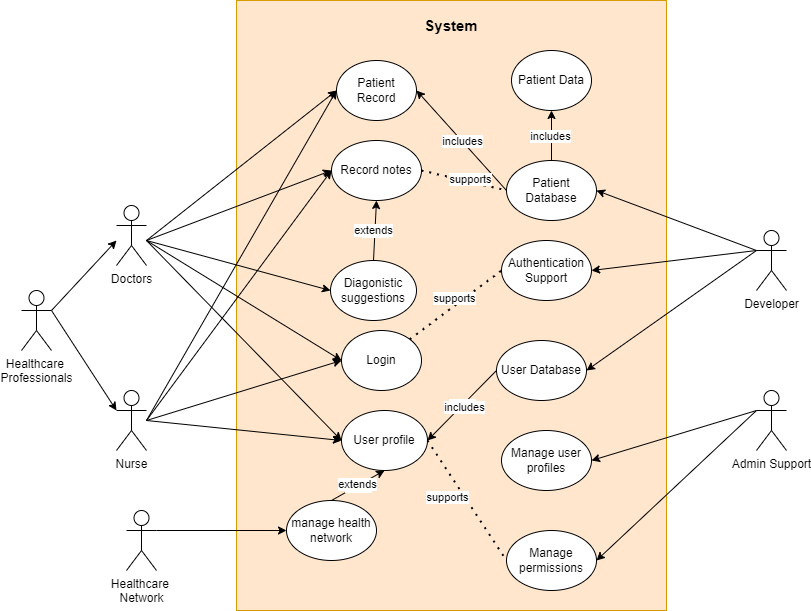
This is docs/SRS/use-case.drawio.png from Inreet-Kaur/capstone, a draw.io export, as it was before one commit. Source tidied: cells renumbered, new cells last; positions are measured from the earlier drawing's top-left corner, leaving out a move shared by most shapes. The source it was exported from:
```xml
<mxGraphModel>
  <root>
    <mxCell id="0" />
    <mxCell id="1" parent="0" />
    <mxCell id="2" value="Healthcare&amp;nbsp;&lt;div&gt;Network&lt;/div&gt;" style="shape=umlActor;verticalLabelPosition=bottom;verticalAlign=top;html=1;outlineConnect=0;" parent="1" vertex="1">
      <mxGeometry x="105" y="510" width="30" height="60" as="geometry" />
    </mxCell>
    <mxCell id="3" value="Healthcare&amp;nbsp;&lt;div&gt;Professionals&lt;/div&gt;" style="shape=umlActor;verticalLabelPosition=bottom;verticalAlign=top;html=1;outlineConnect=0;" parent="1" vertex="1">
      <mxGeometry y="290" width="30" height="60" as="geometry" />
    </mxCell>
    <mxCell id="4" style="endArrow=classic;html=1;rounded=0;exitX=1;exitY=0.3333333333333333;exitDx=0;exitDy=0;exitPerimeter=0;" parent="1" edge="1" source="3">
      <mxGeometry relative="1" as="geometry">
        <mxPoint x="95" y="240" as="targetPoint" />
      </mxGeometry>
    </mxCell>
    <mxCell id="5" value="Doctors" style="shape=umlActor;verticalLabelPosition=bottom;verticalAlign=top;html=1;" parent="1" vertex="1">
      <mxGeometry x="95" y="205" width="30" height="60" as="geometry" />
    </mxCell>
    <mxCell id="6" value="Nurse" style="shape=umlActor;verticalLabelPosition=bottom;verticalAlign=top;html=1;outlineConnect=0;" parent="1" vertex="1">
      <mxGeometry x="95" y="390" width="30" height="60" as="geometry" />
    </mxCell>
    <mxCell id="7" style="endArrow=classic;html=1;rounded=0;exitX=1;exitY=0.3333333333333333;exitDx=0;exitDy=0;exitPerimeter=0;entryX=0;entryY=0.3333333333333333;entryDx=0;entryDy=0;entryPerimeter=0;" parent="1" edge="1" source="3" target="6">
      <mxGeometry relative="1" as="geometry" />
    </mxCell>
    <mxCell id="8" style="rounded=0;whiteSpace=wrap;html=1;fillColor=#ffe6cc;strokeColor=#d79b00;" parent="1" vertex="1">
      <mxGeometry x="215" width="430" height="610" as="geometry" />
    </mxCell>
    <mxCell id="9" value="manage health network" style="ellipse;whiteSpace=wrap;html=1;" parent="1" vertex="1">
      <mxGeometry x="265" y="500" width="90" height="60" as="geometry" />
    </mxCell>
    <mxCell id="10" value="Patient Record" style="ellipse;whiteSpace=wrap;html=1;" parent="1" vertex="1">
      <mxGeometry x="315" y="60" width="80" height="60" as="geometry" />
    </mxCell>
    <mxCell id="11" value="Login" style="ellipse;whiteSpace=wrap;html=1;" parent="1" vertex="1">
      <mxGeometry x="320" y="330" width="80" height="60" as="geometry" />
    </mxCell>
    <mxCell id="12" value="Patient Data" style="ellipse;whiteSpace=wrap;html=1;" parent="1" vertex="1">
      <mxGeometry x="490" y="50" width="80" height="60" as="geometry" />
    </mxCell>
    <mxCell id="13" value="Authentication Support" style="ellipse;whiteSpace=wrap;html=1;" parent="1" vertex="1">
      <mxGeometry x="480" y="240" width="90" height="60" as="geometry" />
    </mxCell>
    <mxCell id="14" value="Record notes" style="ellipse;whiteSpace=wrap;html=1;" parent="1" vertex="1">
      <mxGeometry x="310" y="140" width="90" height="60" as="geometry" />
    </mxCell>
    <mxCell id="15" value="User profile" style="ellipse;whiteSpace=wrap;html=1;" parent="1" vertex="1">
      <mxGeometry x="320" y="410" width="86" height="60" as="geometry" />
    </mxCell>
    <mxCell id="16" value="Diagonistic suggestions" style="ellipse;whiteSpace=wrap;html=1;" parent="1" vertex="1">
      <mxGeometry x="309" y="260" width="86" height="60" as="geometry" />
    </mxCell>
    <mxCell id="17" style="endArrow=classic;html=1;rounded=0;entryX=0;entryY=0.5;entryDx=0;entryDy=0;exitX=1;exitY=0.3333333333333333;exitDx=0;exitDy=0;exitPerimeter=0;" parent="1" edge="1" source="2" target="9">
      <mxGeometry relative="1" as="geometry" />
    </mxCell>
    <mxCell id="18" style="endArrow=classic;html=1;rounded=0;entryX=0;entryY=0.5;entryDx=0;entryDy=0;" parent="1" edge="1" target="10">
      <mxGeometry relative="1" as="geometry">
        <mxPoint x="125" y="240" as="sourcePoint" />
      </mxGeometry>
    </mxCell>
    <mxCell id="19" style="endArrow=classic;html=1;rounded=0;entryX=0;entryY=0.5;entryDx=0;entryDy=0;" parent="1" edge="1" target="11">
      <mxGeometry relative="1" as="geometry">
        <mxPoint x="125" y="240" as="sourcePoint" />
      </mxGeometry>
    </mxCell>
    <mxCell id="20" style="endArrow=classic;html=1;rounded=0;entryX=0;entryY=0.5;entryDx=0;entryDy=0;" parent="1" edge="1" target="14">
      <mxGeometry relative="1" as="geometry">
        <mxPoint x="125" y="240" as="sourcePoint" />
      </mxGeometry>
    </mxCell>
    <mxCell id="21" style="endArrow=classic;html=1;rounded=0;entryX=0;entryY=0.5;entryDx=0;entryDy=0;" parent="1" edge="1" target="16">
      <mxGeometry relative="1" as="geometry">
        <mxPoint x="125" y="240" as="sourcePoint" />
      </mxGeometry>
    </mxCell>
    <mxCell id="22" style="endArrow=classic;html=1;rounded=0;" parent="1" edge="1">
      <mxGeometry relative="1" as="geometry">
        <mxPoint x="125" y="420" as="sourcePoint" />
        <mxPoint x="315" y="90" as="targetPoint" />
      </mxGeometry>
    </mxCell>
    <mxCell id="23" style="endArrow=classic;html=1;rounded=0;entryX=0;entryY=0.5;entryDx=0;entryDy=0;" parent="1" edge="1" target="11">
      <mxGeometry relative="1" as="geometry">
        <mxPoint x="125" y="420" as="sourcePoint" />
      </mxGeometry>
    </mxCell>
    <mxCell id="24" value="&lt;b&gt;&lt;font style=&quot;font-size: 15px;&quot;&gt;System&lt;/font&gt;&lt;/b&gt;" style="text;html=1;align=center;verticalAlign=middle;whiteSpace=wrap;rounded=0;" parent="1" vertex="1">
      <mxGeometry x="400" y="10" width="60" height="30" as="geometry" />
    </mxCell>
    <mxCell id="25" value="Admin Support" style="shape=umlActor;verticalLabelPosition=bottom;verticalAlign=top;html=1;outlineConnect=0;" parent="1" vertex="1">
      <mxGeometry x="735" y="390" width="30" height="60" as="geometry" />
    </mxCell>
    <mxCell id="26" style="endArrow=classic;html=1;rounded=0;entryX=1;entryY=0.5;entryDx=0;entryDy=0;exitX=0;exitY=0.3333333333333333;exitDx=0;exitDy=0;exitPerimeter=0;" parent="1" edge="1" source="28" target="13">
      <mxGeometry relative="1" as="geometry" />
    </mxCell>
    <mxCell id="27" value="Manage user profiles" style="ellipse;whiteSpace=wrap;html=1;" parent="1" vertex="1">
      <mxGeometry x="480" y="430" width="90" height="60" as="geometry" />
    </mxCell>
    <mxCell id="28" value="Developer" style="shape=umlActor;verticalLabelPosition=bottom;verticalAlign=top;html=1;outlineConnect=0;" parent="1" vertex="1">
      <mxGeometry x="735" y="230" width="30" height="60" as="geometry" />
    </mxCell>
    <mxCell id="29" style="endArrow=classic;html=1;rounded=0;entryX=1;entryY=0.5;entryDx=0;entryDy=0;" parent="1" edge="1" target="33">
      <mxGeometry relative="1" as="geometry">
        <mxPoint x="735" y="250" as="sourcePoint" />
      </mxGeometry>
    </mxCell>
    <mxCell id="30" style="endArrow=classic;html=1;rounded=0;entryX=1;entryY=0.5;entryDx=0;entryDy=0;" parent="1" edge="1" target="34">
      <mxGeometry relative="1" as="geometry">
        <mxPoint x="735" y="250" as="sourcePoint" />
      </mxGeometry>
    </mxCell>
    <mxCell id="31" style="endArrow=classic;html=1;rounded=0;entryX=1;entryY=0.5;entryDx=0;entryDy=0;exitX=0;exitY=0.5;exitDx=0;exitDy=0;" parent="1" edge="1" source="34" target="10">
      <mxGeometry relative="1" as="geometry" />
    </mxCell>
    <mxCell id="32" value="includes" style="edgeLabel;html=1;align=center;verticalAlign=middle;" parent="31" vertex="1">
      <mxGeometry relative="1" as="geometry" />
    </mxCell>
    <mxCell id="33" value="User Database" style="ellipse;whiteSpace=wrap;html=1;" parent="1" vertex="1">
      <mxGeometry x="475" y="340" width="90" height="60" as="geometry" />
    </mxCell>
    <mxCell id="34" value="Patient Database" style="ellipse;whiteSpace=wrap;html=1;" parent="1" vertex="1">
      <mxGeometry x="485" y="160" width="90" height="60" as="geometry" />
    </mxCell>
    <mxCell id="35" style="endArrow=classic;html=1;rounded=0;entryX=0.5;entryY=1;entryDx=0;entryDy=0;exitX=0.5;exitY=0;exitDx=0;exitDy=0;" parent="1" edge="1" source="34" target="12">
      <mxGeometry relative="1" as="geometry" />
    </mxCell>
    <mxCell id="36" value="Label" style="edgeLabel;html=1;align=center;verticalAlign=middle;" parent="35" vertex="1">
      <mxGeometry relative="1" as="geometry" />
    </mxCell>
    <mxCell id="37" value="includes" style="edgeLabel;html=1;align=center;verticalAlign=middle;" parent="35" vertex="1">
      <mxGeometry x="-0.01" y="2" relative="1" as="geometry" />
    </mxCell>
    <mxCell id="38" style="endArrow=classic;html=1;rounded=0;entryX=1;entryY=0.5;entryDx=0;entryDy=0;exitX=0;exitY=0.5;exitDx=0;exitDy=0;" parent="1" edge="1" source="33" target="15">
      <mxGeometry relative="1" as="geometry" />
    </mxCell>
    <mxCell id="39" value="Label" style="edgeLabel;html=1;align=center;verticalAlign=middle;" parent="38" vertex="1">
      <mxGeometry relative="1" as="geometry" />
    </mxCell>
    <mxCell id="40" value="includes" style="edgeLabel;html=1;align=center;verticalAlign=middle;" parent="38" vertex="1">
      <mxGeometry x="-0.01" y="2" relative="1" as="geometry" />
    </mxCell>
    <mxCell id="41" style="endArrow=classic;html=1;rounded=0;entryX=0;entryY=0.5;entryDx=0;entryDy=0;" parent="1" edge="1" target="14">
      <mxGeometry relative="1" as="geometry">
        <mxPoint x="125" y="420" as="sourcePoint" />
      </mxGeometry>
    </mxCell>
    <mxCell id="42" style="endArrow=classic;html=1;rounded=0;entryX=0;entryY=0.5;entryDx=0;entryDy=0;" parent="1" edge="1" target="15">
      <mxGeometry relative="1" as="geometry">
        <mxPoint x="125" y="240" as="sourcePoint" />
      </mxGeometry>
    </mxCell>
    <mxCell id="43" style="endArrow=classic;html=1;rounded=0;entryX=1;entryY=0.5;entryDx=0;entryDy=0;exitX=0;exitY=0.3333333333333333;exitDx=0;exitDy=0;exitPerimeter=0;" parent="1" edge="1" source="25" target="27">
      <mxGeometry relative="1" as="geometry" />
    </mxCell>
    <mxCell id="44" value="Manage permissions" style="ellipse;whiteSpace=wrap;html=1;" parent="1" vertex="1">
      <mxGeometry x="485" y="530" width="90" height="60" as="geometry" />
    </mxCell>
    <mxCell id="45" style="endArrow=classic;html=1;rounded=0;entryX=1;entryY=0.5;entryDx=0;entryDy=0;exitX=0;exitY=0.3333333333333333;exitDx=0;exitDy=0;exitPerimeter=0;" parent="1" edge="1" source="25" target="44">
      <mxGeometry relative="1" as="geometry" />
    </mxCell>
    <mxCell id="46" style="endArrow=none;dashed=1;html=1;dashPattern=1 3;strokeWidth=2;rounded=0;exitX=1;exitY=0;exitDx=0;exitDy=0;entryX=0;entryY=0.5;entryDx=0;entryDy=0;" parent="1" edge="1" source="11" target="13">
      <mxGeometry relative="1" as="geometry" />
    </mxCell>
    <mxCell id="47" style="endArrow=none;dashed=1;html=1;dashPattern=1 3;strokeWidth=2;rounded=0;exitX=1;exitY=0.5;exitDx=0;exitDy=0;entryX=0;entryY=0.5;entryDx=0;entryDy=0;" parent="1" edge="1" source="15" target="44">
      <mxGeometry relative="1" as="geometry" />
    </mxCell>
    <mxCell id="48" value="supports" style="edgeLabel;html=1;align=center;verticalAlign=middle;" parent="1" vertex="1">
      <mxGeometry x="445" y="500" as="geometry">
        <mxPoint x="-19" y="-3" as="offset" />
      </mxGeometry>
    </mxCell>
    <mxCell id="49" value="supports" style="edgeLabel;html=1;align=center;verticalAlign=middle;" parent="1" vertex="1">
      <mxGeometry x="425" y="390" as="geometry">
        <mxPoint x="8" y="-92" as="offset" />
      </mxGeometry>
    </mxCell>
    <mxCell id="50" style="endArrow=classic;html=1;rounded=0;entryX=0;entryY=0.5;entryDx=0;entryDy=0;" parent="1" edge="1" target="15">
      <mxGeometry relative="1" as="geometry">
        <mxPoint x="125" y="420" as="sourcePoint" />
      </mxGeometry>
    </mxCell>
    <mxCell id="51" style="endArrow=none;dashed=1;html=1;dashPattern=1 3;strokeWidth=2;rounded=0;exitX=1;exitY=0.5;exitDx=0;exitDy=0;entryX=0;entryY=0.5;entryDx=0;entryDy=0;" parent="1" edge="1" source="14" target="34">
      <mxGeometry relative="1" as="geometry" />
    </mxCell>
    <mxCell id="52" value="supports" style="edgeLabel;html=1;align=center;verticalAlign=middle;" parent="51" vertex="1">
      <mxGeometry x="0.13" y="3" relative="1" as="geometry" />
    </mxCell>
    <mxCell id="53" style="endArrow=classic;html=1;rounded=0;entryX=0.5;entryY=1;entryDx=0;entryDy=0;exitX=0.5;exitY=0;exitDx=0;exitDy=0;" parent="1" edge="1" source="16" target="14">
      <mxGeometry relative="1" as="geometry" />
    </mxCell>
    <mxCell id="54" value="Label" style="edgeLabel;html=1;align=center;verticalAlign=middle;" parent="53" vertex="1">
      <mxGeometry relative="1" as="geometry" />
    </mxCell>
    <mxCell id="55" value="extends" style="edgeLabel;html=1;align=center;verticalAlign=middle;" parent="53" vertex="1">
      <mxGeometry x="-0.01" y="2" relative="1" as="geometry" />
    </mxCell>
    <mxCell id="56" style="endArrow=classic;html=1;rounded=0;entryX=0.5;entryY=1;entryDx=0;entryDy=0;exitX=0.5;exitY=0;exitDx=0;exitDy=0;" parent="1" edge="1" source="9" target="15">
      <mxGeometry relative="1" as="geometry" />
    </mxCell>
    <mxCell id="57" value="Label" style="edgeLabel;html=1;align=center;verticalAlign=middle;" parent="56" vertex="1">
      <mxGeometry relative="1" as="geometry" />
    </mxCell>
    <mxCell id="58" value="extends" style="edgeLabel;html=1;align=center;verticalAlign=middle;" parent="56" vertex="1">
      <mxGeometry x="-0.01" y="2" relative="1" as="geometry" />
    </mxCell>
  </root>
</mxGraphModel>
```
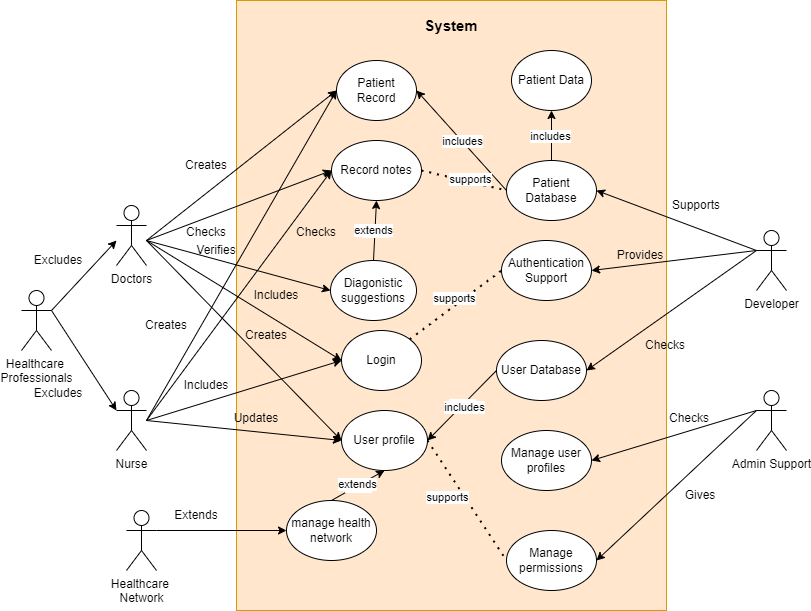
The same diagram one commit later.

Commit message:
Use-case diagram

What changed in the source:
```diff
@@ -202,5 +202,56 @@
     <mxCell id="58" value="extends" style="edgeLabel;html=1;align=center;verticalAlign=middle;" parent="56" vertex="1">
       <mxGeometry x="-0.01" y="2" relative="1" as="geometry" />
     </mxCell>
+    <mxCell id="59" value="Excludes" style="text;html=1;align=center;verticalAlign=middle;whiteSpace=wrap;rounded=0;" parent="1" vertex="1">
+      <mxGeometry x="17" y="250" width="40" height="20" as="geometry" />
+    </mxCell>
+    <mxCell id="60" value="Excludes" style="text;html=1;align=center;verticalAlign=middle;whiteSpace=wrap;rounded=0;" parent="1" vertex="1">
+      <mxGeometry x="17" y="383" width="40" height="20" as="geometry" />
+    </mxCell>
+    <mxCell id="61" value="Supports" style="text;html=1;align=center;verticalAlign=middle;whiteSpace=wrap;rounded=0;" parent="1" vertex="1">
+      <mxGeometry x="645" y="190" width="60" height="30" as="geometry" />
+    </mxCell>
+    <mxCell id="62" value="Provides" style="text;html=1;align=center;verticalAlign=middle;whiteSpace=wrap;rounded=0;" parent="1" vertex="1">
+      <mxGeometry x="589" y="240" width="60" height="30" as="geometry" />
+    </mxCell>
+    <mxCell id="63" value="Checks" style="text;html=1;align=center;verticalAlign=middle;whiteSpace=wrap;rounded=0;" parent="1" vertex="1">
+      <mxGeometry x="614" y="330" width="60" height="30" as="geometry" />
+    </mxCell>
+    <mxCell id="64" value="Gives" style="text;html=1;align=center;verticalAlign=middle;whiteSpace=wrap;rounded=0;" parent="1" vertex="1">
+      <mxGeometry x="649" y="480" width="60" height="30" as="geometry" />
+    </mxCell>
+    <mxCell id="65" value="Checks" style="text;html=1;align=center;verticalAlign=middle;whiteSpace=wrap;rounded=0;" parent="1" vertex="1">
+      <mxGeometry x="638" y="403" width="60" height="30" as="geometry" />
+    </mxCell>
+    <mxCell id="66" value="Creates" style="text;html=1;align=center;verticalAlign=middle;whiteSpace=wrap;rounded=0;" parent="1" vertex="1">
+      <mxGeometry x="155" y="150" width="60" height="30" as="geometry" />
+    </mxCell>
+    <mxCell id="67" value="Checks" style="text;html=1;align=center;verticalAlign=middle;whiteSpace=wrap;rounded=0;" parent="1" vertex="1">
+      <mxGeometry x="155" y="217" width="60" height="30" as="geometry" />
+    </mxCell>
+    <mxCell id="68" value="Verifies" style="text;html=1;align=center;verticalAlign=middle;whiteSpace=wrap;rounded=0;" parent="1" vertex="1">
+      <mxGeometry x="165" y="235" width="60" height="30" as="geometry" />
+    </mxCell>
+    <mxCell id="69" value="Includes" style="text;html=1;align=center;verticalAlign=middle;whiteSpace=wrap;rounded=0;" parent="1" vertex="1">
+      <mxGeometry x="225" y="280" width="60" height="30" as="geometry" />
+    </mxCell>
+    <mxCell id="70" value="Creates" style="text;html=1;align=center;verticalAlign=middle;whiteSpace=wrap;rounded=0;" parent="1" vertex="1">
+      <mxGeometry x="215" y="320" width="60" height="30" as="geometry" />
+    </mxCell>
+    <mxCell id="71" value="Includes" style="text;html=1;align=center;verticalAlign=middle;whiteSpace=wrap;rounded=0;" parent="1" vertex="1">
+      <mxGeometry x="155" y="370" width="60" height="30" as="geometry" />
+    </mxCell>
+    <mxCell id="72" value="Updates" style="text;html=1;align=center;verticalAlign=middle;whiteSpace=wrap;rounded=0;" parent="1" vertex="1">
+      <mxGeometry x="205" y="403" width="60" height="30" as="geometry" />
+    </mxCell>
+    <mxCell id="73" value="Extends" style="text;html=1;align=center;verticalAlign=middle;whiteSpace=wrap;rounded=0;" parent="1" vertex="1">
+      <mxGeometry x="145" y="500" width="60" height="30" as="geometry" />
+    </mxCell>
+    <mxCell id="74" value="Creates" style="text;html=1;align=center;verticalAlign=middle;whiteSpace=wrap;rounded=0;" parent="1" vertex="1">
+      <mxGeometry x="115" y="310" width="60" height="30" as="geometry" />
+    </mxCell>
+    <mxCell id="75" value="Checks" style="text;html=1;align=center;verticalAlign=middle;whiteSpace=wrap;rounded=0;" parent="1" vertex="1">
+      <mxGeometry x="265" y="217" width="60" height="30" as="geometry" />
+    </mxCell>
   </root>
 </mxGraphModel>
```
